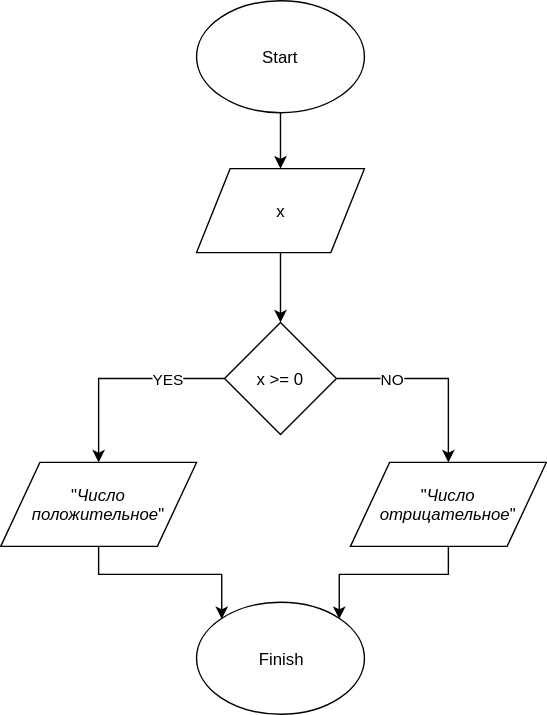
Hontar/homeworks_js keeps this draw.io diagram as 2018-10-16_lesson-1/scheme.svg. Above is the earlier version. Source tidied: cells renumbered, new cells last; positions are measured from the earlier drawing's top-left corner, leaving out a move shared by most shapes. Its diagram source:
```xml
<mxGraphModel background="#ffffff">
  <root>
    <mxCell id="0" />
    <mxCell id="1" parent="0" />
    <mxCell id="2" style="edgeStyle=orthogonalEdgeStyle;rounded=0;html=1;exitX=0.5;exitY=1;entryX=0.5;entryY=0;jettySize=auto;" parent="1" edge="1" source="3" target="5">
      <mxGeometry relative="1" as="geometry" />
    </mxCell>
    <mxCell id="3" value="Start" style="ellipse;whiteSpace=wrap;html=1;" parent="1" vertex="1">
      <mxGeometry x="140" width="120" height="80" as="geometry" />
    </mxCell>
    <mxCell id="4" style="edgeStyle=orthogonalEdgeStyle;rounded=0;html=1;exitX=0.5;exitY=1;entryX=0.5;entryY=0;jettySize=auto;" parent="1" edge="1" source="5" target="8">
      <mxGeometry relative="1" as="geometry" />
    </mxCell>
    <mxCell id="5" value="x" style="shape=parallelogram;perimeter=parallelogramPerimeter;whiteSpace=wrap;html=1;" parent="1" vertex="1">
      <mxGeometry x="140" y="120" width="120" height="60" as="geometry" />
    </mxCell>
    <mxCell id="6" value="YES" style="edgeStyle=orthogonalEdgeStyle;rounded=0;html=1;entryX=0.5;entryY=0;jettySize=auto;" parent="1" edge="1" source="8" target="10">
      <mxGeometry x="-0.47" relative="1" as="geometry" />
    </mxCell>
    <mxCell id="7" value="NO" style="edgeStyle=orthogonalEdgeStyle;rounded=0;html=1;exitX=1;exitY=0.5;entryX=0.5;entryY=0;jettySize=auto;" parent="1" edge="1" source="8" target="12">
      <mxGeometry x="-0.43" relative="1" as="geometry" />
    </mxCell>
    <mxCell id="8" value="x &amp;gt;= 0" style="rhombus;whiteSpace=wrap;html=1;" parent="1" vertex="1">
      <mxGeometry x="160" y="230" width="80" height="80" as="geometry" />
    </mxCell>
    <mxCell id="9" style="edgeStyle=orthogonalEdgeStyle;rounded=0;html=1;exitX=0.5;exitY=1;entryX=0;entryY=0;jettySize=auto;" parent="1" edge="1" source="10" target="13">
      <mxGeometry relative="1" as="geometry" />
    </mxCell>
    <mxCell id="10" value="&lt;span&gt;&quot;&lt;/span&gt;&lt;em&gt;Число положительное&lt;/em&gt;&lt;span&gt;&quot;&lt;/span&gt;" style="shape=parallelogram;perimeter=parallelogramPerimeter;whiteSpace=wrap;html=1;" parent="1" vertex="1">
      <mxGeometry y="330" width="140" height="60" as="geometry" />
    </mxCell>
    <mxCell id="11" style="edgeStyle=orthogonalEdgeStyle;rounded=0;html=1;exitX=0.5;exitY=1;entryX=1;entryY=0;jettySize=auto;" parent="1" edge="1" source="12" target="13">
      <mxGeometry relative="1" as="geometry" />
    </mxCell>
    <mxCell id="12" value="&lt;span&gt;&quot;&lt;/span&gt;&lt;em&gt;Число отрицательное&lt;/em&gt;&lt;span&gt;&quot;&lt;/span&gt;" style="shape=parallelogram;perimeter=parallelogramPerimeter;whiteSpace=wrap;html=1;" parent="1" vertex="1">
      <mxGeometry x="250" y="330" width="140" height="60" as="geometry" />
    </mxCell>
    <mxCell id="13" value="Finish" style="ellipse;whiteSpace=wrap;html=1;" parent="1" vertex="1">
      <mxGeometry x="140" y="430" width="120" height="80" as="geometry" />
    </mxCell>
  </root>
</mxGraphModel>
```
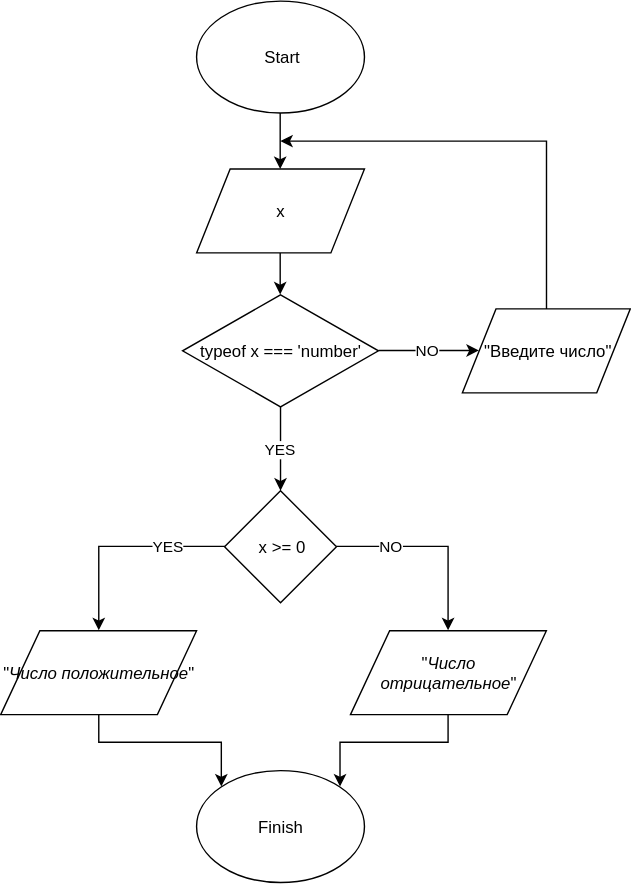
The same file after the commit.

What changed in the source:
```diff
@@ -6,13 +6,13 @@
       <mxGeometry relative="1" as="geometry" />
     </mxCell>
     <mxCell id="3" value="Start" style="ellipse;whiteSpace=wrap;html=1;" parent="1" vertex="1">
-      <mxGeometry x="140" width="120" height="80" as="geometry" />
+      <mxGeometry x="140" y="-120" width="120" height="80" as="geometry" />
     </mxCell>
-    <mxCell id="4" style="edgeStyle=orthogonalEdgeStyle;rounded=0;html=1;exitX=0.5;exitY=1;entryX=0.5;entryY=0;jettySize=auto;" parent="1" edge="1" source="5" target="8">
+    <mxCell id="4" style="edgeStyle=orthogonalEdgeStyle;rounded=0;html=1;exitX=0.5;exitY=1;jettySize=auto;entryX=0.5;entryY=0;" parent="1" edge="1" source="5" target="15">
       <mxGeometry relative="1" as="geometry" />
     </mxCell>
     <mxCell id="5" value="x" style="shape=parallelogram;perimeter=parallelogramPerimeter;whiteSpace=wrap;html=1;" parent="1" vertex="1">
-      <mxGeometry x="140" y="120" width="120" height="60" as="geometry" />
+      <mxGeometry x="140" width="120" height="60" as="geometry" />
     </mxCell>
     <mxCell id="6" value="YES" style="edgeStyle=orthogonalEdgeStyle;rounded=0;html=1;entryX=0.5;entryY=0;jettySize=auto;" parent="1" edge="1" source="8" target="10">
       <mxGeometry x="-0.47" relative="1" as="geometry" />
@@ -38,5 +38,25 @@
     <mxCell id="13" value="Finish" style="ellipse;whiteSpace=wrap;html=1;" parent="1" vertex="1">
       <mxGeometry x="140" y="430" width="120" height="80" as="geometry" />
     </mxCell>
+    <mxCell id="14" value="YES" style="edgeStyle=orthogonalEdgeStyle;rounded=0;html=1;jettySize=auto;" parent="1" edge="1" source="15" target="8">
+      <mxGeometry relative="1" as="geometry" />
+    </mxCell>
+    <mxCell id="15" value="typeof x === 'number'" style="rhombus;whiteSpace=wrap;html=1;" parent="1" vertex="1">
+      <mxGeometry x="130" y="90" width="140" height="80" as="geometry" />
+    </mxCell>
+    <mxCell id="16" style="edgeStyle=orthogonalEdgeStyle;rounded=0;html=1;jettySize=auto;" parent="1" edge="1" source="17">
+      <mxGeometry relative="1" as="geometry">
+        <mxPoint x="200" y="-20" as="targetPoint" />
+        <Array as="points">
+          <mxPoint x="390" y="-20" />
+        </Array>
+      </mxGeometry>
+    </mxCell>
+    <mxCell id="17" value="&quot;Введите число&quot;" style="shape=parallelogram;perimeter=parallelogramPerimeter;whiteSpace=wrap;html=1;" parent="1" vertex="1">
+      <mxGeometry x="330" y="100" width="120" height="60" as="geometry" />
+    </mxCell>
+    <mxCell id="18" value="NO" style="endArrow=classic;html=1;entryX=0;entryY=0.5;exitX=1;exitY=0.5;" parent="1" edge="1" source="15" target="17">
+      <mxGeometry relative="1" as="geometry" />
+    </mxCell>
   </root>
 </mxGraphModel>
```
